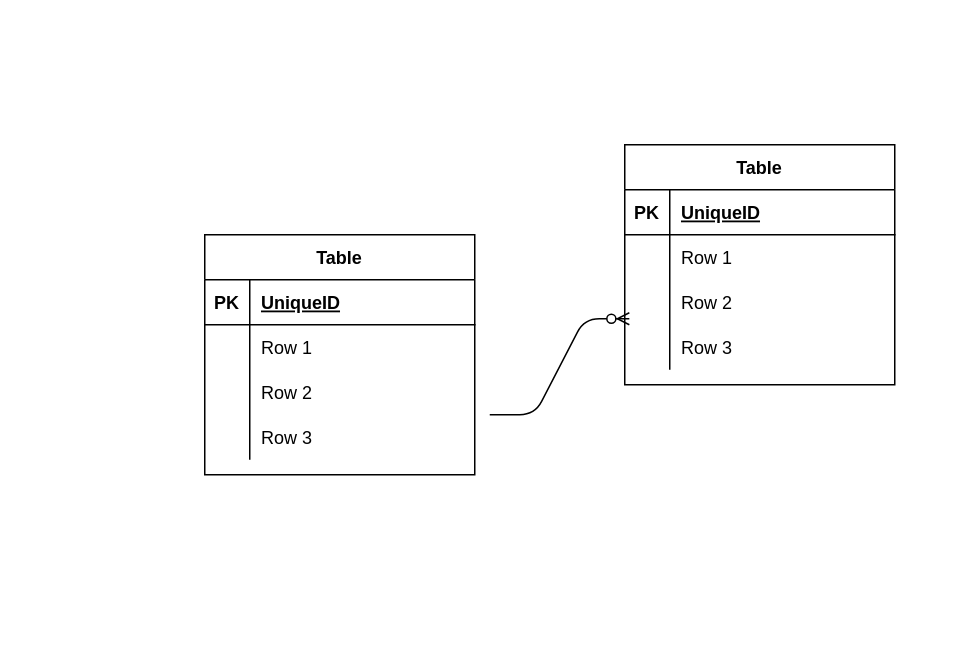
gaoyan0629/devl keeps this draw.io diagram as Untitled Diagram.drawio. Above is the earlier version. Source tidied: cells renumbered, new cells numbered last; positions are measured from the earlier drawing's top-left corner, leaving out a move shared by most shapes. Both pictures are drawn from the tidied source at 150%, with x=0, y=0 at pixel (204, 144).
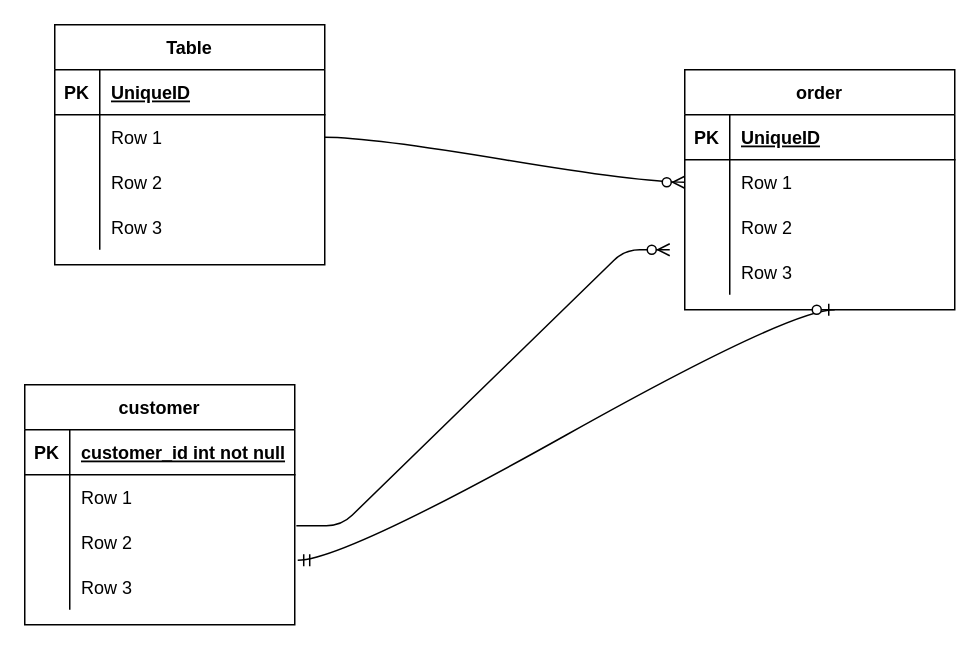
Above is the later version.

The change refers to these unchanged cells:
```xml
<mxCell id="6" style="shape=partialRectangle;fillColor=none;top=0;left=0;bottom=0;right=0;points=[[0,0.5],[1,0.5]];portConstraint=eastwest;" parent="2" vertex="1">
  <mxGeometry y="60" width="180" height="30" as="geometry" />
</mxCell>
<mxCell id="19" style="shape=partialRectangle;fillColor=none;top=0;left=0;bottom=0;right=0;points=[[0,0.5],[1,0.5]];portConstraint=eastwest;" parent="15" vertex="1">
  <mxGeometry y="60" width="180" height="30" as="geometry" />
</mxCell>
<mxCell id="25" style="shape=partialRectangle;fillColor=none;top=0;left=0;bottom=0;right=0;points=[[0,0.5],[1,0.5]];portConstraint=eastwest;" parent="15" vertex="1">
  <mxGeometry y="120" width="180" height="30" as="geometry" />
</mxCell>
```

What changed in the source:
```diff
@@
+    <mxCell id="28" style="edgeStyle=entityRelationEdgeStyle;fontSize=12;html=1;endArrow=ERzeroToMany;endFill=1;exitX=1;exitY=0.5;exitDx=0;exitDy=0;curved=1;entryX=0;entryY=0.5;entryDx=0;entryDy=0;" parent="1" edge="1" source="6" target="19">
+      <mxGeometry relative="1" as="geometry" />
+    </mxCell>
     <mxCell id="2" value="Table" style="shape=table;startSize=30;childLayout=tableLayout;rowLines=0;fontStyle=1;align=center;" parent="1" vertex="1">
-      <mxGeometry y="60" width="180" height="160" as="geometry" />
+      <mxGeometry x="-100" y="-80" width="180" height="160" as="geometry" />
     </mxCell>
@@
+    <mxCell id="29" value="customer" style="shape=table;startSize=30;childLayout=tableLayout;rowLines=0;fontStyle=1;align=center;" parent="1" vertex="1">
+      <mxGeometry x="-120" y="160" width="180" height="160" as="geometry" />
+    </mxCell>
+    <mxCell id="30" style="shape=partialRectangle;fillColor=none;top=0;left=0;bottom=1;right=0;" parent="29" vertex="1">
+      <mxGeometry y="30" width="180" height="30" as="geometry" />
+    </mxCell>
+    <mxCell id="31" value="PK" style="shape=partialRectangle;fillColor=none;top=0;left=0;bottom=0;right=0;fontStyle=1;overflow=hidden;" parent="30" vertex="1">
+      <mxGeometry width="30" height="30" as="geometry" />
+    </mxCell>
+    <mxCell id="32" value="customer_id int not null" style="shape=partialRectangle;fillColor=none;top=0;left=0;bottom=0;right=0;align=left;spacingLeft=6;fontStyle=5;overflow=hidden;" parent="30" vertex="1">
+      <mxGeometry x="30" width="150" height="30" as="geometry" />
+    </mxCell>
+    <mxCell id="33" style="shape=partialRectangle;fillColor=none;top=0;left=0;bottom=0;right=0;" parent="29" vertex="1">
+      <mxGeometry y="60" width="180" height="30" as="geometry" />
+    </mxCell>
+    <mxCell id="34" style="shape=partialRectangle;fillColor=none;top=0;left=0;bottom=0;right=0;overflow=hidden;" parent="33" vertex="1">
+      <mxGeometry width="30" height="30" as="geometry" />
+    </mxCell>
+    <mxCell id="35" value="Row 1" style="shape=partialRectangle;fillColor=none;top=0;left=0;bottom=0;right=0;align=left;spacingLeft=6;overflow=hidden;" parent="33" vertex="1">
+      <mxGeometry x="30" width="150" height="30" as="geometry" />
+    </mxCell>
+    <mxCell id="36" style="shape=partialRectangle;fillColor=none;top=0;left=0;bottom=0;right=0;points=[[0,0.5],[1,0.5]];portConstraint=eastwest;" parent="29" vertex="1">
+      <mxGeometry y="90" width="180" height="30" as="geometry" />
+    </mxCell>
+    <mxCell id="37" style="shape=partialRectangle;fillColor=none;top=0;left=0;bottom=0;right=0;overflow=hidden;" parent="36" vertex="1">
+      <mxGeometry width="30" height="30" as="geometry" />
+    </mxCell>
+    <mxCell id="38" value="Row 2" style="shape=partialRectangle;fillColor=none;top=0;left=0;bottom=0;right=0;align=left;spacingLeft=6;overflow=hidden;" parent="36" vertex="1">
+      <mxGeometry x="30" width="150" height="30" as="geometry" />
+    </mxCell>
+    <mxCell id="39" style="shape=partialRectangle;fillColor=none;top=0;left=0;bottom=0;right=0;" parent="29" vertex="1">
+      <mxGeometry y="120" width="180" height="30" as="geometry" />
+    </mxCell>
+    <mxCell id="40" style="shape=partialRectangle;fillColor=none;top=0;left=0;bottom=0;right=0;overflow=hidden;" parent="39" vertex="1">
+      <mxGeometry width="30" height="30" as="geometry" />
+    </mxCell>
+    <mxCell id="41" value="Row 3" style="shape=partialRectangle;fillColor=none;top=0;left=0;bottom=0;right=0;align=left;spacingLeft=6;overflow=hidden;" parent="39" vertex="1">
+      <mxGeometry x="30" width="150" height="30" as="geometry" />
+    </mxCell>
-    <mxCell id="15" value="Table" style="shape=table;startSize=30;childLayout=tableLayout;rowLines=0;fontStyle=1;align=center;" parent="1" vertex="1">
-      <mxGeometry x="280" width="180" height="160" as="geometry" />
+    <mxCell id="15" value="order" style="shape=table;startSize=30;childLayout=tableLayout;rowLines=0;fontStyle=1;align=center;" parent="1" vertex="1">
+      <mxGeometry x="320" y="-50" width="180" height="160" as="geometry" />
     </mxCell>
@@
-    <mxCell id="28" style="edgeStyle=entityRelationEdgeStyle;fontSize=12;html=1;endArrow=ERzeroToMany;endFill=1;entryX=0.017;entryY=-0.133;entryDx=0;entryDy=0;entryPerimeter=0;" parent="1" edge="1" target="25">
-      <mxGeometry relative="1" as="geometry">
-        <mxPoint x="190" y="180" as="sourcePoint" />
-      </mxGeometry>
-    </mxCell>
+    <mxCell id="42" style="edgeStyle=entityRelationEdgeStyle;fontSize=12;html=1;endArrow=ERzeroToMany;endFill=1;exitX=1.006;exitY=0.133;exitDx=0;exitDy=0;exitPerimeter=0;" parent="1" edge="1" source="36">
+      <mxGeometry relative="1" as="geometry">
+        <mxPoint x="310" y="70" as="targetPoint" />
+      </mxGeometry>
+    </mxCell>
+    <mxCell id="43" style="edgeStyle=entityRelationEdgeStyle;fontSize=12;html=1;endArrow=ERzeroToOne;startArrow=ERmandOne;exitX=1.011;exitY=0.9;exitDx=0;exitDy=0;exitPerimeter=0;curved=1;" parent="1" edge="1" source="36">
+      <mxGeometry relative="1" as="geometry">
+        <mxPoint x="420" y="110" as="targetPoint" />
+      </mxGeometry>
+    </mxCell>
```
